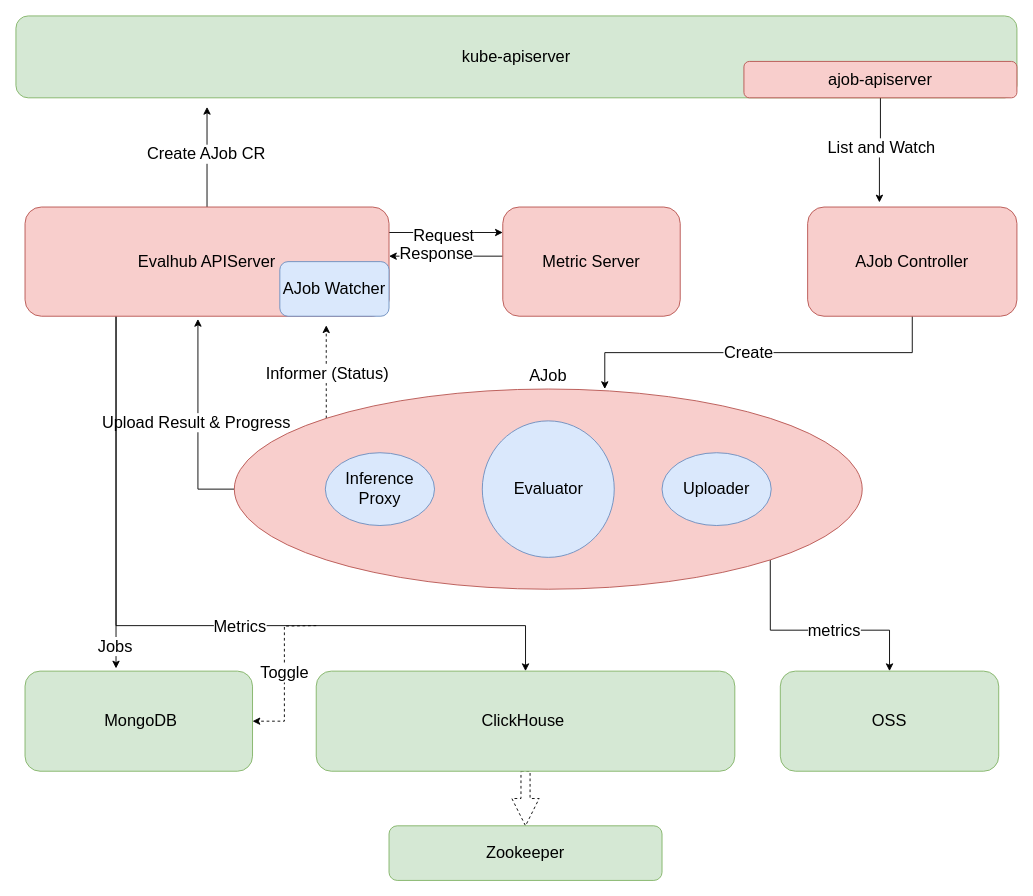
The draw.io diagram 评测服务.drawio in zhongshangwu/draw.io, before the edit. Source tidied: cells renumbered, new cells numbered last; positions are measured from the earlier drawing's top-left corner, leaving out a move shared by most shapes. Both pictures are drawn from the tidied source at 91%, with x=0, y=0 at pixel (15, 15).
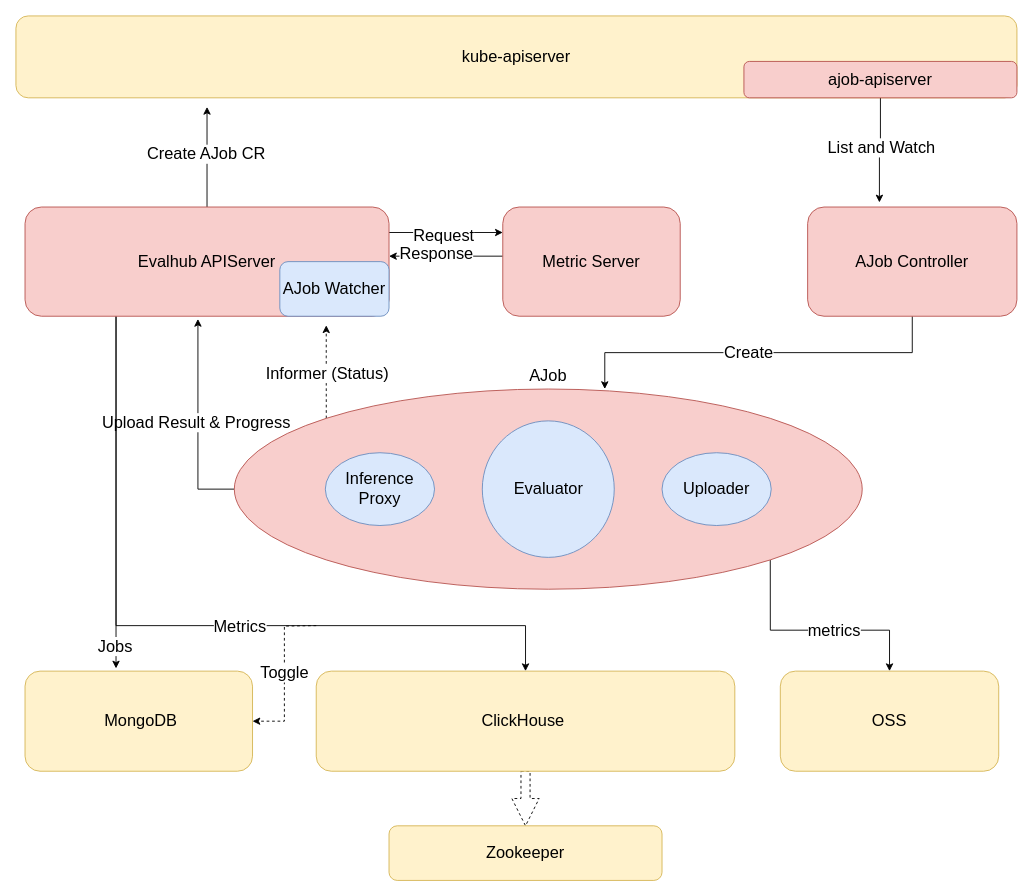
The same page after the edit.

Commit message:
更新评测服务.drawio

Change to the diagram source:
```diff
@@
-    <mxCell id="3" value="&amp;nbsp;MongoDB" style="rounded=1;whiteSpace=wrap;html=1;fillColor=#d5e8d4;strokeColor=#82b366;fontSize=18;" parent="1" vertex="1">
+    <mxCell id="3" value="&amp;nbsp;MongoDB" style="rounded=1;whiteSpace=wrap;html=1;fillColor=#fff2cc;strokeColor=#d6b656;fontSize=18;" parent="1" vertex="1">
       <mxGeometry x="10" y="720" width="250" height="110" as="geometry" />
     </mxCell>
@@
-    <mxCell id="5" value="ClickHouse&amp;nbsp;" style="rounded=1;whiteSpace=wrap;html=1;fillColor=#d5e8d4;strokeColor=#82b366;fontSize=18;" parent="1" vertex="1">
+    <mxCell id="5" value="ClickHouse&amp;nbsp;" style="rounded=1;whiteSpace=wrap;html=1;fillColor=#fff2cc;strokeColor=#d6b656;fontSize=18;" parent="1" vertex="1">
       <mxGeometry x="330" y="720" width="460" height="110" as="geometry" />
     </mxCell>
-    <mxCell id="6" value="OSS" style="rounded=1;whiteSpace=wrap;html=1;fillColor=#d5e8d4;strokeColor=#82b366;fontSize=18;" parent="1" vertex="1">
+    <mxCell id="6" value="OSS" style="rounded=1;whiteSpace=wrap;html=1;fillColor=#fff2cc;strokeColor=#d6b656;fontSize=18;" parent="1" vertex="1">
       <mxGeometry x="840" y="720" width="240" height="110" as="geometry" />
     </mxCell>
-    <mxCell id="7" value="Zookeeper" style="rounded=1;whiteSpace=wrap;html=1;fillColor=#d5e8d4;strokeColor=#82b366;fontSize=18;" parent="1" vertex="1">
+    <mxCell id="7" value="Zookeeper" style="rounded=1;whiteSpace=wrap;html=1;fillColor=#fff2cc;strokeColor=#d6b656;fontSize=18;" parent="1" vertex="1">
       <mxGeometry x="410" y="890" width="300" height="60" as="geometry" />
     </mxCell>
@@
-    <mxCell id="18" value="kube-apiserver" style="rounded=1;whiteSpace=wrap;html=1;fillColor=#d5e8d4;strokeColor=#82b366;fontSize=18;" parent="1" vertex="1">
+    <mxCell id="18" value="kube-apiserver" style="rounded=1;whiteSpace=wrap;html=1;fillColor=#fff2cc;strokeColor=#d6b656;fontSize=18;" parent="1" vertex="1">
       <mxGeometry width="1100" height="90" as="geometry" />
     </mxCell>
```
